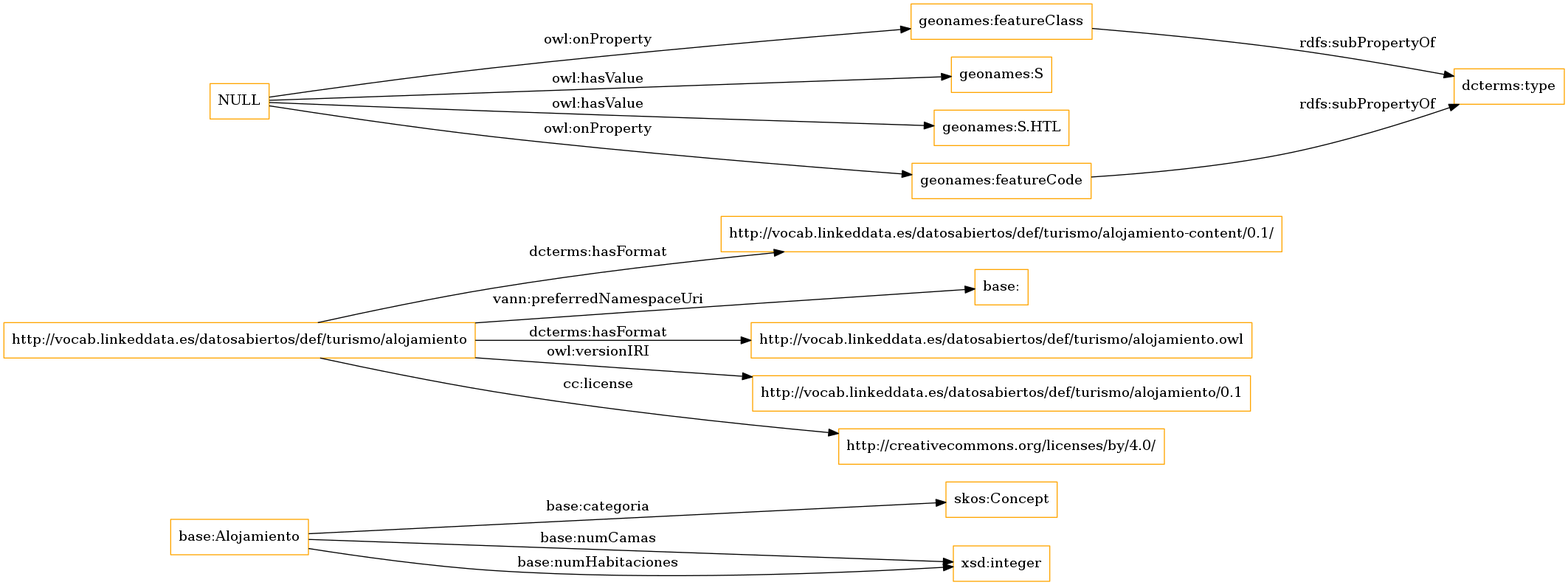
This is OnToology/alojamiento.owl/diagrams/ar2dtool-class/alojamiento.owl.png from ma-garcia/turismo-alojamiento, a Graphviz export, as it was before one commit. Its source is kept beside it as OnToology/alojamiento.owl/diagrams/ar2dtool-class/alojamiento.owl.png.dot.
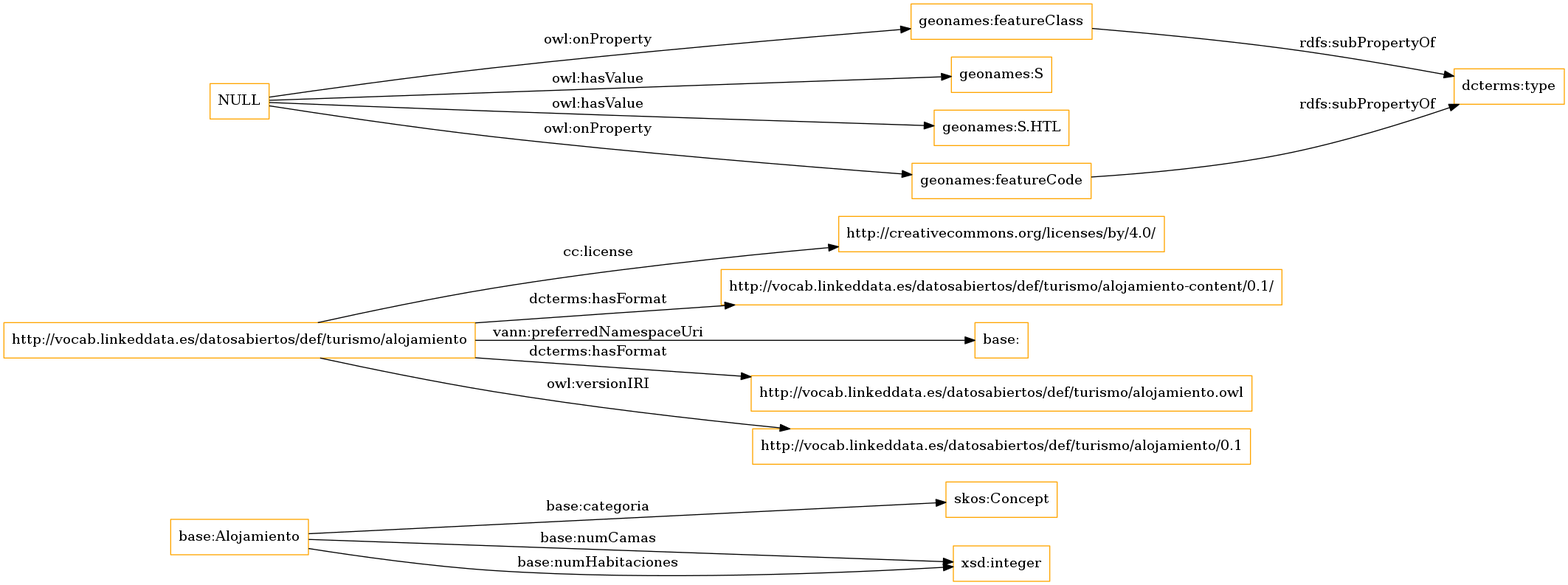
The same file after the commit.

What changed in the source:
```diff
@@ -2,11 +2,11 @@
 rankdir=LR;
 size="1501"
 node [shape = rectangle, color="orange"]; "base:Alojamiento" "skos:Concept" ; /*classes style*/
+	"http://vocab.linkeddata.es/datosabiertos/def/turismo/alojamiento" -> "http://creativecommons.org/licenses/by/4.0/" [ label = "cc:license" ];
 	"http://vocab.linkeddata.es/datosabiertos/def/turismo/alojamiento" -> "http://vocab.linkeddata.es/datosabiertos/def/turismo/alojamiento-content/0.1/" [ label = "dcterms:hasFormat" ];
 	"http://vocab.linkeddata.es/datosabiertos/def/turismo/alojamiento" -> "base:" [ label = "vann:preferredNamespaceUri" ];
 	"http://vocab.linkeddata.es/datosabiertos/def/turismo/alojamiento" -> "http://vocab.linkeddata.es/datosabiertos/def/turismo/alojamiento.owl" [ label = "dcterms:hasFormat" ];
 	"http://vocab.linkeddata.es/datosabiertos/def/turismo/alojamiento" -> "http://vocab.linkeddata.es/datosabiertos/def/turismo/alojamiento/0.1" [ label = "owl:versionIRI" ];
-	"http://vocab.linkeddata.es/datosabiertos/def/turismo/alojamiento" -> "http://creativecommons.org/licenses/by/4.0/" [ label = "cc:license" ];
 	"geonames:featureClass" -> "dcterms:type" [ label = "rdfs:subPropertyOf" ];
 	"NULL" -> "geonames:S" [ label = "owl:hasValue" ];
 	"NULL" -> "geonames:featureClass" [ label = "owl:onProperty" ];
```
